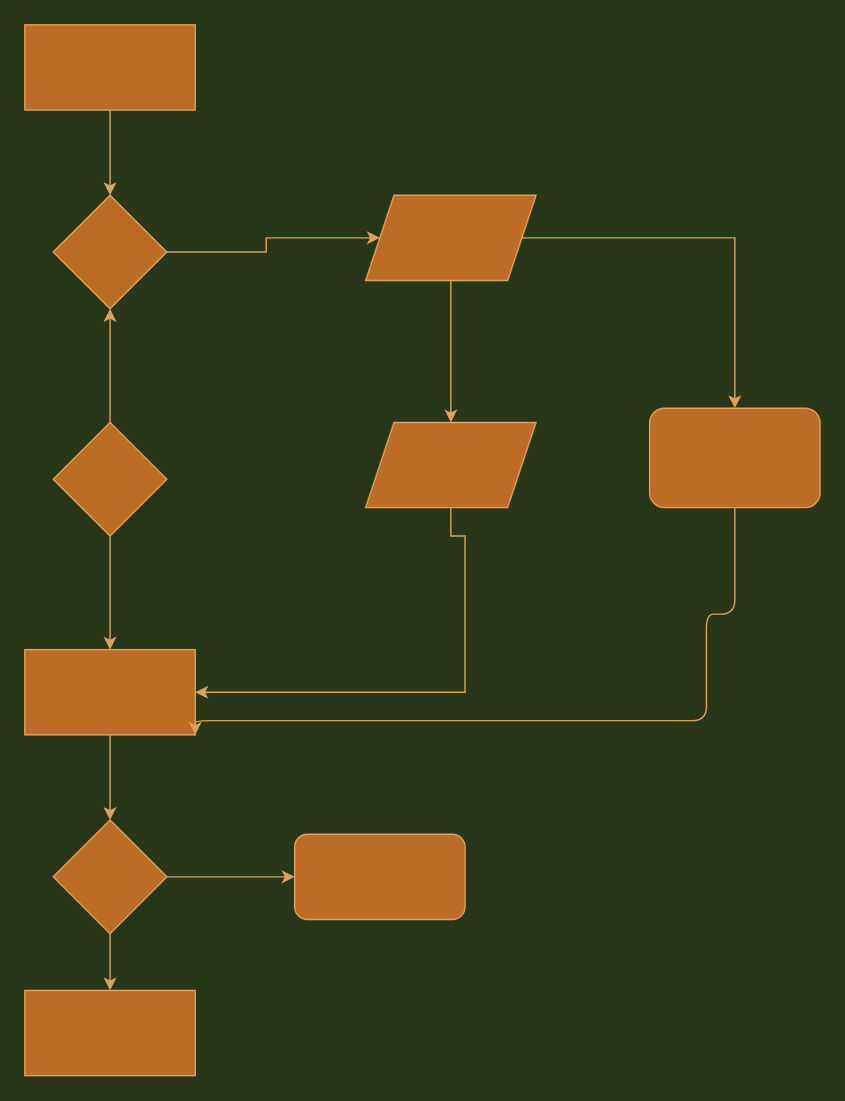
pavankalyanmedishetty/stepin_bookcricket keeps this draw.io diagram as 6_ImagesAndVideos/Untitled Diagram.drawio. Above is the earlier version. Source tidied: cells renumbered, new cells numbered last; positions are measured from the earlier drawing's top-left corner, leaving out a move shared by most shapes. Both pictures are drawn from the tidied source at 142%, with x=0, y=0 at pixel (24, 24).
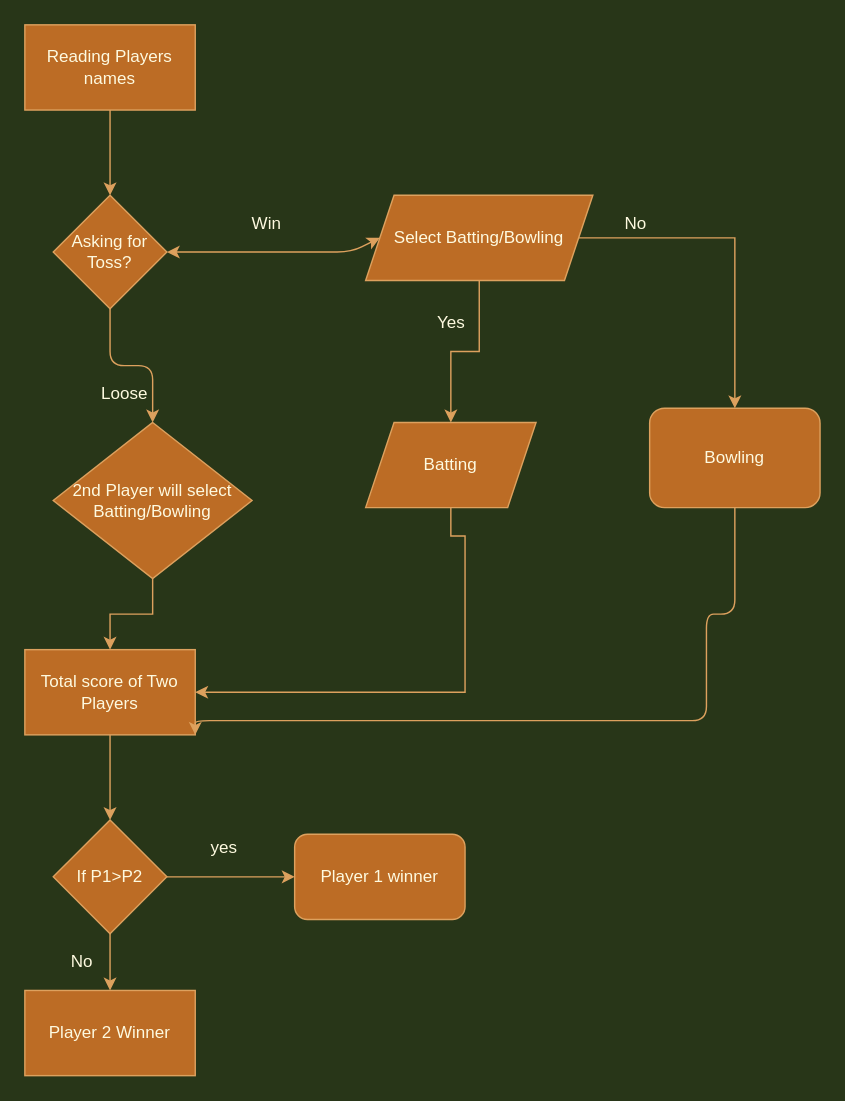
The same diagram, later.

Commit message:
Activity Diagram

Diff of the diagram source:
```diff
@@
-    <mxCell id="3" style="rounded=0;whiteSpace=wrap;html=1;fillColor=#BC6C25;strokeColor=#DDA15E;fontColor=#FEFAE0;" parent="1" vertex="1">
+    <mxCell id="3" value="Reading Players names" style="rounded=0;whiteSpace=wrap;html=1;fillColor=#BC6C25;strokeColor=#DDA15E;fontColor=#FEFAE0;" parent="1" vertex="1">
       <mxGeometry width="120" height="60" as="geometry" />
     </mxCell>
-    <mxCell id="4" style="edgeStyle=orthogonalEdgeStyle;rounded=0;jettySize=auto;html=1;exitX=1;exitY=0.5;exitDx=0;exitDy=0;entryX=0;entryY=0.5;entryDx=0;entryDy=0;labelBackgroundColor=#283618;strokeColor=#DDA15E;fontColor=#FEFAE0;" parent="1" edge="1" source="5" target="17">
-      <mxGeometry relative="1" as="geometry" />
-    </mxCell>
+    <mxCell id="23" style="edgeStyle=orthogonalEdgeStyle;curved=0;rounded=1;sketch=0;jettySize=auto;html=1;exitX=0.5;exitY=1;exitDx=0;exitDy=0;fontColor=#FEFAE0;strokeColor=#DDA15E;fillColor=#BC6C25;" parent="1" edge="1" source="5" target="8">
+      <mxGeometry relative="1" as="geometry" />
+    </mxCell>
-    <mxCell id="5" style="rhombus;whiteSpace=wrap;html=1;fillColor=#BC6C25;strokeColor=#DDA15E;fontColor=#FEFAE0;" parent="1" vertex="1">
+    <mxCell id="5" value="Asking for Toss?" style="rhombus;whiteSpace=wrap;html=1;fillColor=#BC6C25;strokeColor=#DDA15E;fontColor=#FEFAE0;" parent="1" vertex="1">
       <mxGeometry x="20" y="120" width="80" height="80" as="geometry" />
     </mxCell>
-    <mxCell id="6" style="edgeStyle=orthogonalEdgeStyle;rounded=0;jettySize=auto;html=1;labelBackgroundColor=#283618;strokeColor=#DDA15E;fontColor=#FEFAE0;" parent="1" edge="1" source="8" target="5">
-      <mxGeometry relative="1" as="geometry" />
-    </mxCell>
@@
-    <mxCell id="8" style="rhombus;whiteSpace=wrap;html=1;fillColor=#BC6C25;strokeColor=#DDA15E;fontColor=#FEFAE0;" parent="1" vertex="1">
-      <mxGeometry x="20" y="280" width="80" height="80" as="geometry" />
+    <mxCell id="8" value="2nd Player will select Batting/Bowling" style="rhombus;whiteSpace=wrap;html=1;fillColor=#BC6C25;strokeColor=#DDA15E;fontColor=#FEFAE0;" parent="1" vertex="1">
+      <mxGeometry x="20" y="280" width="140" height="110" as="geometry" />
     </mxCell>
@@
-    <mxCell id="10" style="rounded=0;whiteSpace=wrap;html=1;fillColor=#BC6C25;strokeColor=#DDA15E;fontColor=#FEFAE0;" parent="1" vertex="1">
+    <mxCell id="10" value="Total score of Two Players" style="rounded=0;whiteSpace=wrap;html=1;fillColor=#BC6C25;strokeColor=#DDA15E;fontColor=#FEFAE0;" parent="1" vertex="1">
       <mxGeometry y="440" width="120" height="60" as="geometry" />
     </mxCell>
@@
-    <mxCell id="13" style="rhombus;whiteSpace=wrap;html=1;fillColor=#BC6C25;strokeColor=#DDA15E;fontColor=#FEFAE0;" parent="1" vertex="1">
+    <mxCell id="13" value="If P1&amp;gt;P2" style="rhombus;whiteSpace=wrap;html=1;fillColor=#BC6C25;strokeColor=#DDA15E;fontColor=#FEFAE0;" parent="1" vertex="1">
       <mxGeometry x="20" y="560" width="80" height="80" as="geometry" />
     </mxCell>
-    <mxCell id="14" style="rounded=0;whiteSpace=wrap;html=1;fillColor=#BC6C25;strokeColor=#DDA15E;fontColor=#FEFAE0;" parent="1" vertex="1">
+    <mxCell id="14" value="Player 2 Winner" style="rounded=0;whiteSpace=wrap;html=1;fillColor=#BC6C25;strokeColor=#DDA15E;fontColor=#FEFAE0;" parent="1" vertex="1">
       <mxGeometry y="680" width="120" height="60" as="geometry" />
     </mxCell>
@@
-    <mxCell id="17" style="shape=parallelogram;perimeter=parallelogramPerimeter;whiteSpace=wrap;html=1;fixedSize=1;fillColor=#BC6C25;strokeColor=#DDA15E;fontColor=#FEFAE0;" parent="1" vertex="1">
-      <mxGeometry x="240" y="120" width="120" height="60" as="geometry" />
+    <mxCell id="17" value="Select Batting/Bowling" style="shape=parallelogram;perimeter=parallelogramPerimeter;whiteSpace=wrap;html=1;fixedSize=1;fillColor=#BC6C25;strokeColor=#DDA15E;fontColor=#FEFAE0;" parent="1" vertex="1">
+      <mxGeometry x="240" y="120" width="160" height="60" as="geometry" />
     </mxCell>
@@
-    <mxCell id="19" style="shape=parallelogram;perimeter=parallelogramPerimeter;whiteSpace=wrap;html=1;fixedSize=1;fillColor=#BC6C25;strokeColor=#DDA15E;fontColor=#FEFAE0;" parent="1" vertex="1">
+    <mxCell id="19" value="Batting" style="shape=parallelogram;perimeter=parallelogramPerimeter;whiteSpace=wrap;html=1;fixedSize=1;fillColor=#BC6C25;strokeColor=#DDA15E;fontColor=#FEFAE0;" parent="1" vertex="1">
       <mxGeometry x="240" y="280" width="120" height="60" as="geometry" />
     </mxCell>
@@
-    <mxCell id="21" style="rounded=1;whiteSpace=wrap;html=1;fillColor=#BC6C25;strokeColor=#DDA15E;fontColor=#FEFAE0;" parent="1" vertex="1">
+    <mxCell id="21" value="Bowling" style="rounded=1;whiteSpace=wrap;html=1;fillColor=#BC6C25;strokeColor=#DDA15E;fontColor=#FEFAE0;" parent="1" vertex="1">
       <mxGeometry x="440" y="270" width="120" height="70" as="geometry" />
     </mxCell>
-    <mxCell id="22" style="rounded=1;whiteSpace=wrap;html=1;sketch=0;fontColor=#FEFAE0;strokeColor=#DDA15E;fillColor=#BC6C25;" parent="1" vertex="1">
+    <mxCell id="22" value="Player 1 winner&lt;br&gt;" style="rounded=1;whiteSpace=wrap;html=1;sketch=0;fontColor=#FEFAE0;strokeColor=#DDA15E;fillColor=#BC6C25;" parent="1" vertex="1">
       <mxGeometry x="190" y="570" width="120" height="60" as="geometry" />
     </mxCell>
+    <mxCell id="24" value="yes" style="text;html=1;align=center;verticalAlign=middle;strokeColor=none;fillColor=none;fontColor=#FEFAE0;" parent="1" vertex="1">
+      <mxGeometry x="125" y="570" width="30" height="20" as="geometry" />
+    </mxCell>
+    <mxCell id="25" value="No" style="text;html=1;align=center;verticalAlign=middle;strokeColor=none;fillColor=none;fontColor=#FEFAE0;" parent="1" vertex="1">
+      <mxGeometry x="25" y="650" width="30" height="20" as="geometry" />
+    </mxCell>
+    <mxCell id="26" value="No" style="text;html=1;align=center;verticalAlign=middle;strokeColor=none;fillColor=none;fontColor=#FEFAE0;" parent="1" vertex="1">
+      <mxGeometry x="415" y="130" width="30" height="20" as="geometry" />
+    </mxCell>
+    <mxCell id="27" value="Yes" style="text;html=1;align=center;verticalAlign=middle;strokeColor=none;fillColor=none;fontColor=#FEFAE0;" parent="1" vertex="1">
+      <mxGeometry x="285" y="200" width="30" height="20" as="geometry" />
+    </mxCell>
+    <mxCell id="4" style="endArrow=classic;startArrow=classic;html=1;fontColor=#FEFAE0;strokeColor=#DDA15E;fillColor=#BC6C25;entryX=0;entryY=0.5;entryDx=0;entryDy=0;exitX=1;exitY=0.5;exitDx=0;exitDy=0;" parent="1" edge="1" source="5" target="17">
+      <mxGeometry relative="1" as="geometry">
+        <Array as="points">
+          <mxPoint x="230" y="160" />
+        </Array>
+      </mxGeometry>
+    </mxCell>
+    <mxCell id="28" value="Win" style="text;html=1;align=center;verticalAlign=middle;strokeColor=none;fillColor=none;fontColor=#FEFAE0;" parent="1" vertex="1">
+      <mxGeometry x="150" y="130" width="40" height="20" as="geometry" />
+    </mxCell>
+    <mxCell id="29" value="Loose" style="text;html=1;align=center;verticalAlign=middle;strokeColor=none;fillColor=none;fontColor=#FEFAE0;" parent="1" vertex="1">
+      <mxGeometry x="45" y="250" width="50" height="20" as="geometry" />
+    </mxCell>
```
